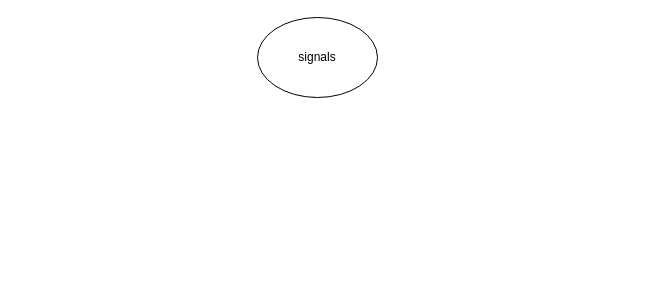
Above: editor.drawio in hiotk/umldiagrams (draw.io), before the change. Source tidied: cells renumbered, new cells numbered last; positions are measured from the earlier drawing's top-left corner, leaving out a move shared by most shapes. Both pictures are drawn from the tidied source at 100%, with x=0, y=0 at pixel (257, 17).
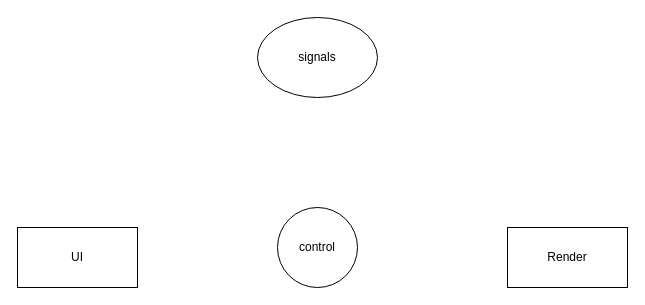
After the change.

What changed in the source:
```diff
@@
 <mxGraphModel>
   <root>
     <mxCell id="0" />
     <mxCell id="1" parent="0" />
     <mxCell id="2" value="signals" style="ellipse;whiteSpace=wrap;html=1;" parent="1" vertex="1">
       <mxGeometry width="120" height="80" as="geometry" />
     </mxCell>
+    <mxCell id="3" value="UI" style="rounded=0;whiteSpace=wrap;html=1;" parent="1" vertex="1">
+      <mxGeometry x="-240" y="210" width="120" height="60" as="geometry" />
+    </mxCell>
+    <mxCell id="4" value="Render" style="rounded=0;whiteSpace=wrap;html=1;" parent="1" vertex="1">
+      <mxGeometry x="250" y="210" width="120" height="60" as="geometry" />
+    </mxCell>
+    <mxCell id="5" value="control" style="ellipse;whiteSpace=wrap;html=1;" parent="1" vertex="1">
+      <mxGeometry x="20" y="190" width="80" height="80" as="geometry" />
+    </mxCell>
   </root>
 </mxGraphModel>
```
